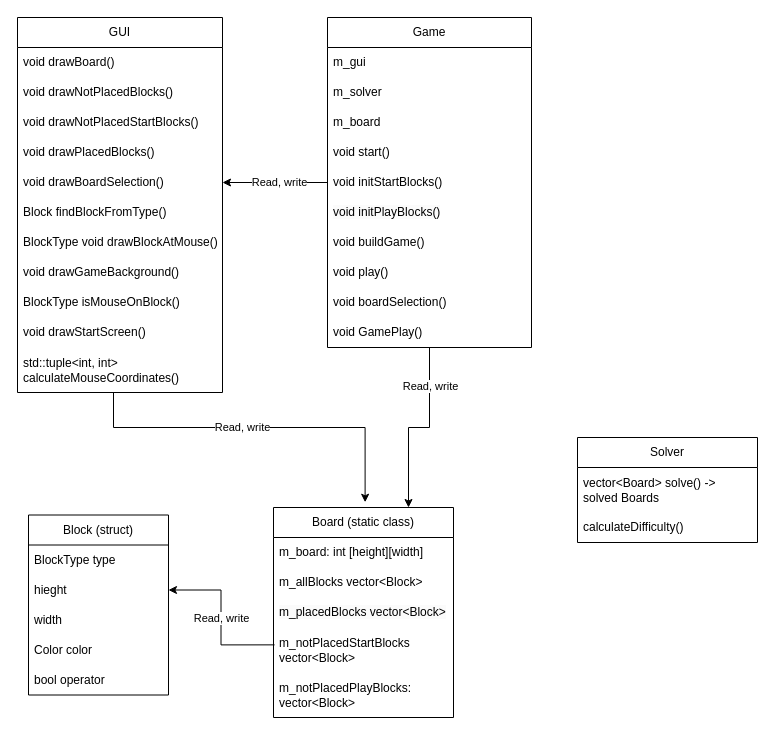
Earlier version of the draw.io diagram UML-Diagramm.drawio (philippgehrig/Mondrian-Blocks). Source tidied: cells renumbered, new cells numbered last; positions are measured from the earlier drawing's top-left corner, leaving out a move shared by most shapes. Both pictures are drawn from the tidied source at 100%, with x=0, y=0 at pixel (17, 17).
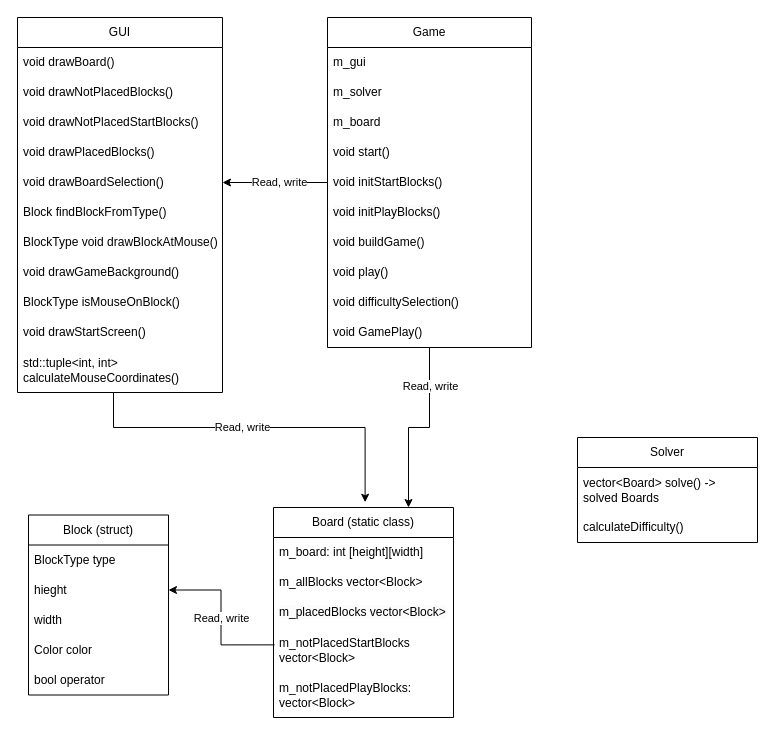
The same page after the edit.

Commit message (it also covers changes not shown here):
diffiCultySelection Menu

Unchanged cells that the change refers to:
```xml
<mxCell id="18" value="Game" style="swimlane;fontStyle=0;horizontal=1;startSize=30;whiteSpace=wrap;html=1;" parent="1" vertex="1">
  <mxGeometry x="310" width="204" height="330" as="geometry" />
</mxCell>
```

The edit, as a diff of the source:
```diff
@@
-    <mxCell id="27" value="void boardSelection()" style="text;strokeColor=none;fillColor=none;align=left;verticalAlign=middle;spacingLeft=4;spacingRight=4;overflow=hidden;whiteSpace=wrap;html=1;" parent="18" vertex="1">
+    <mxCell id="27" value="void difficultySelection()" style="text;strokeColor=none;fillColor=none;align=left;verticalAlign=middle;spacingLeft=4;spacingRight=4;overflow=hidden;whiteSpace=wrap;html=1;" parent="18" vertex="1">
       <mxGeometry y="270" width="204" height="30" as="geometry" />
     </mxCell>
```
